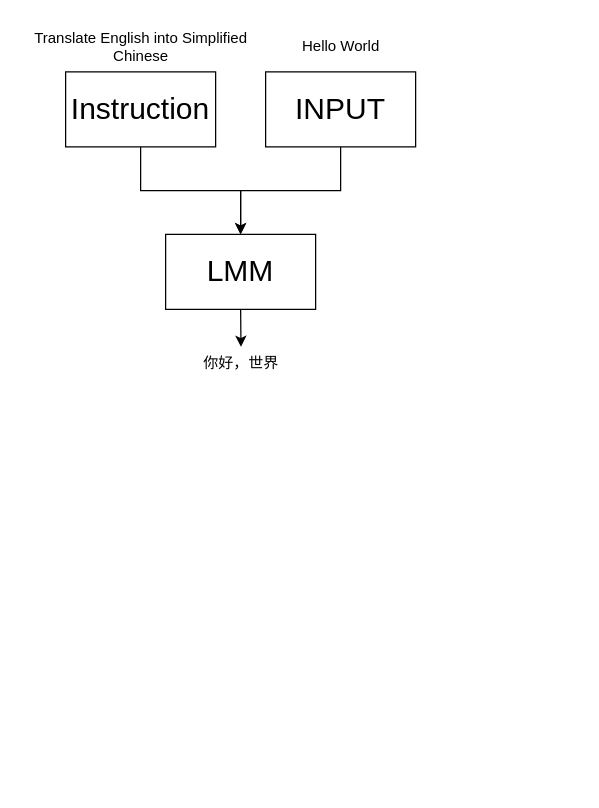
This is instruc-input.drawio from qingchu123/bishe2023, a draw.io file, before an edit. Source tidied: cells renumbered, new cells numbered last; positions are measured from the earlier drawing's top-left corner, leaving out a move shared by most shapes. Both pictures are drawn from the tidied source at 125%, with x=0, y=0 at pixel (21, 21). Pictures stored in the file or linked from it are replaced by grey dashed boxes.
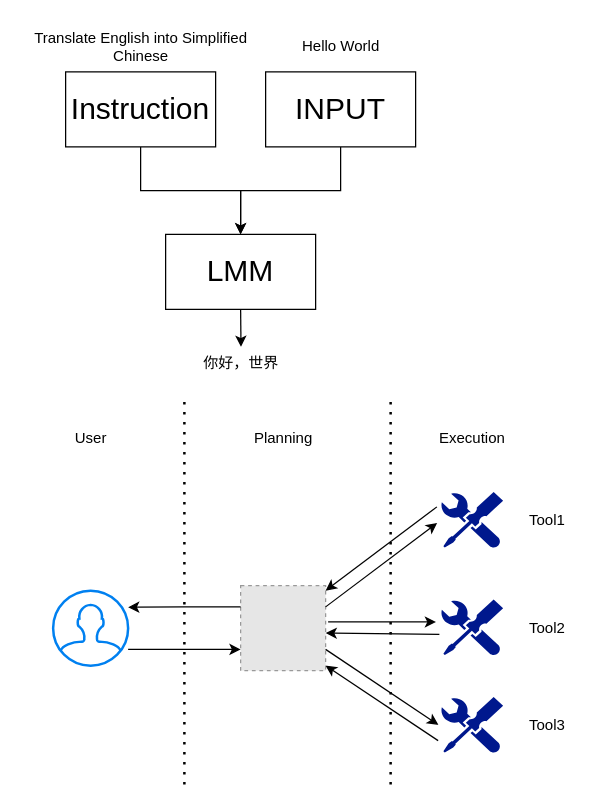
The same diagram, later.

Diff of the diagram source:
```diff
@@
+    <mxCell id="11" style="html=1;verticalLabelPosition=bottom;align=center;labelBackgroundColor=#ffffff;verticalAlign=top;strokeWidth=2;strokeColor=#0080F0;shadow=0;dashed=0;shape=mxgraph.ios7.icons.user;" parent="1" vertex="1">
+      <mxGeometry x="25" y="455" width="60" height="60" as="geometry" />
+    </mxCell>
+    <mxCell id="12" style="fillColor=#E6E6E6;strokeColor=#999999;dashed=1;html=1;verticalAlign=top;verticalLabelPosition=bottom;labelBackgroundColor=#ffffff;" parent="1" vertex="1">
+      <mxGeometry x="175" y="451" width="68" height="68" as="geometry" />
+    </mxCell>
+    <mxCell id="13" style="edgeStyle=orthogonalEdgeStyle;rounded=0;jettySize=auto;html=1;exitX=0;exitY=0.25;exitDx=0;exitDy=0;entryX=1;entryY=0.221;entryDx=0;entryDy=0;entryPerimeter=0;" parent="1" edge="1" source="12" target="11">
+      <mxGeometry relative="1" as="geometry" />
+    </mxCell>
+    <mxCell id="14" style="edgeStyle=orthogonalEdgeStyle;rounded=0;jettySize=auto;html=1;exitX=1;exitY=0.783;exitDx=0;exitDy=0;entryX=0;entryY=0.75;entryDx=0;entryDy=0;exitPerimeter=0;" parent="1" edge="1" source="11" target="12">
+      <mxGeometry relative="1" as="geometry" />
+    </mxCell>
+    <mxCell id="15" value="User" style="text;html=1;align=center;verticalAlign=middle;strokeColor=none;fillColor=none;" parent="1" vertex="1">
+      <mxGeometry x="30" y="318" width="50" height="30" as="geometry" />
+    </mxCell>
+    <mxCell id="16" value="Planning" style="text;html=1;align=center;verticalAlign=middle;strokeColor=none;fillColor=none;" parent="1" vertex="1">
+      <mxGeometry x="174" y="318" width="70" height="30" as="geometry" />
+    </mxCell>
+    <mxCell id="17" style="sketch=0;shadow=0;dashed=0;html=1;strokeColor=none;labelPosition=center;verticalLabelPosition=bottom;verticalAlign=top;align=center;fillColor=#00188D;shape=mxgraph.mscae.enterprise.tool;" parent="1" vertex="1">
+      <mxGeometry x="335" y="376" width="50" height="45" as="geometry" />
+    </mxCell>
+    <mxCell id="18" style="sketch=0;shadow=0;dashed=0;html=1;strokeColor=none;labelPosition=center;verticalLabelPosition=bottom;verticalAlign=top;align=center;fillColor=#00188D;shape=mxgraph.mscae.enterprise.tool;" parent="1" vertex="1">
+      <mxGeometry x="335" y="462" width="50" height="45" as="geometry" />
+    </mxCell>
+    <mxCell id="19" style="sketch=0;shadow=0;dashed=0;html=1;strokeColor=none;labelPosition=center;verticalLabelPosition=bottom;verticalAlign=top;align=center;fillColor=#00188D;shape=mxgraph.mscae.enterprise.tool;" parent="1" vertex="1">
+      <mxGeometry x="335" y="540" width="50" height="45" as="geometry" />
+    </mxCell>
+    <mxCell id="20" style="endArrow=classic;html=1;rounded=0;exitX=1;exitY=0.25;exitDx=0;exitDy=0;entryX=-0.055;entryY=0.552;entryDx=0;entryDy=0;entryPerimeter=0;" parent="1" edge="1" source="12" target="17">
+      <mxGeometry relative="1" as="geometry" />
+    </mxCell>
+    <mxCell id="21" style="endArrow=classic;html=1;rounded=0;entryX=-0.074;entryY=0.402;entryDx=0;entryDy=0;entryPerimeter=0;" parent="1" edge="1" target="18">
+      <mxGeometry relative="1" as="geometry">
+        <mxPoint x="245" y="480" as="sourcePoint" />
+      </mxGeometry>
+    </mxCell>
+    <mxCell id="22" style="endArrow=classic;html=1;rounded=0;exitX=1;exitY=0.75;exitDx=0;exitDy=0;entryX=-0.036;entryY=0.497;entryDx=0;entryDy=0;entryPerimeter=0;" parent="1" edge="1" source="12" target="19">
+      <mxGeometry relative="1" as="geometry" />
+    </mxCell>
+    <mxCell id="23" value="Tool1" style="text;html=1;align=center;verticalAlign=middle;strokeColor=none;fillColor=none;" parent="1" vertex="1">
+      <mxGeometry x="395" y="383.5" width="50" height="30" as="geometry" />
+    </mxCell>
+    <mxCell id="24" value="Tool2" style="text;html=1;align=center;verticalAlign=middle;strokeColor=none;fillColor=none;" parent="1" vertex="1">
+      <mxGeometry x="395" y="470" width="50" height="30" as="geometry" />
+    </mxCell>
+    <mxCell id="25" value="Tool3" style="text;html=1;align=center;verticalAlign=middle;strokeColor=none;fillColor=none;" parent="1" vertex="1">
+      <mxGeometry x="395" y="547.5" width="50" height="30" as="geometry" />
+    </mxCell>
+    <mxCell id="26" value="Execution" style="text;html=1;align=center;verticalAlign=middle;strokeColor=none;fillColor=none;" parent="1" vertex="1">
+      <mxGeometry x="320" y="318" width="80" height="30" as="geometry" />
+    </mxCell>
+    <mxCell id="27" style="endArrow=none;dashed=1;html=1;dashPattern=1 3;strokeWidth=2;rounded=0;" parent="1" edge="1">
+      <mxGeometry relative="1" as="geometry">
+        <mxPoint x="130" y="610" as="sourcePoint" />
+        <mxPoint x="130" y="300" as="targetPoint" />
+      </mxGeometry>
+    </mxCell>
+    <mxCell id="28" style="endArrow=none;dashed=1;html=1;dashPattern=1 3;strokeWidth=2;rounded=0;" parent="1" edge="1">
+      <mxGeometry relative="1" as="geometry">
+        <mxPoint x="295" y="610" as="sourcePoint" />
+        <mxPoint x="295" y="300" as="targetPoint" />
+      </mxGeometry>
+    </mxCell>
+    <mxCell id="29" style="endArrow=classic;html=1;rounded=0;exitX=1;exitY=0.25;exitDx=0;exitDy=0;entryX=-0.055;entryY=0.552;entryDx=0;entryDy=0;entryPerimeter=0;" parent="1" edge="1">
+      <mxGeometry relative="1" as="geometry">
+        <mxPoint x="332" y="388" as="sourcePoint" />
+        <mxPoint x="243" y="455" as="targetPoint" />
+      </mxGeometry>
+    </mxCell>
+    <mxCell id="30" style="endArrow=classic;html=1;rounded=0;exitX=1;exitY=0.5;exitDx=0;exitDy=0;entryX=-0.029;entryY=0.538;entryDx=0;entryDy=0;entryPerimeter=0;" parent="1" edge="1">
+      <mxGeometry relative="1" as="geometry">
+        <mxPoint x="334" y="490" as="sourcePoint" />
+        <mxPoint x="243" y="489" as="targetPoint" />
+      </mxGeometry>
+    </mxCell>
+    <mxCell id="31" style="endArrow=classic;html=1;rounded=0;exitX=1;exitY=0.75;exitDx=0;exitDy=0;entryX=-0.036;entryY=0.497;entryDx=0;entryDy=0;entryPerimeter=0;" parent="1" edge="1">
+      <mxGeometry relative="1" as="geometry">
+        <mxPoint x="333" y="575" as="sourcePoint" />
+        <mxPoint x="243" y="515" as="targetPoint" />
+      </mxGeometry>
+    </mxCell>
```
